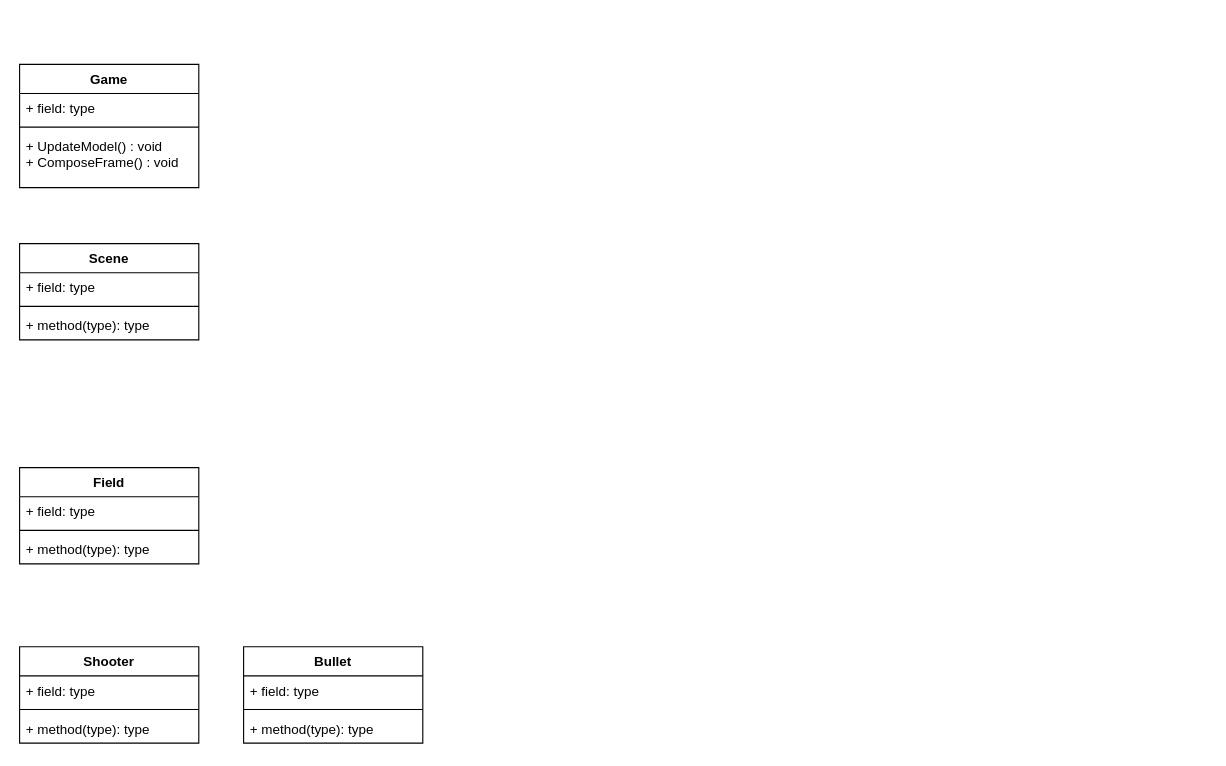
Above: DevDiagrams/ClassDiagram/ClassDiagram.drawio in ArshesSH/PathFinder (draw.io), before the change. Source tidied: cells renumbered, new cells numbered last; positions are measured from the earlier drawing's top-left corner, leaving out a move shared by most shapes. Both pictures are drawn from the tidied source at 112%, with x=0, y=0 at pixel (19, 64).
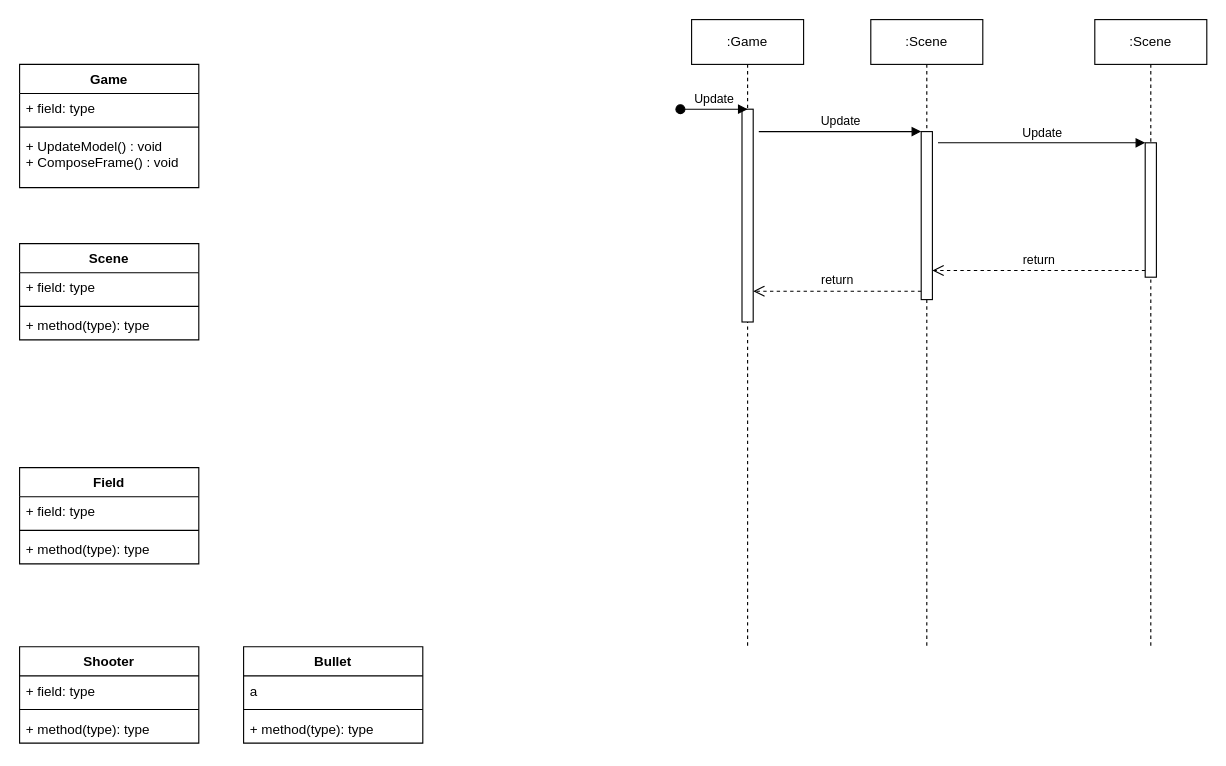
The same page after the edit.

Unchanged cells that the change refers to:
```xml
<mxCell id="14" value="Bullet" style="swimlane;fontStyle=1;align=center;verticalAlign=top;horizontal=1;startSize=26;" parent="1" vertex="1">
  <mxGeometry x="200" y="520" width="160" height="86" as="geometry" />
</mxCell>
```

Change to the diagram source:
```diff
@@
-    <mxCell id="15" value="+ field: type" style="text;strokeColor=none;fillColor=none;align=left;verticalAlign=top;spacingLeft=4;spacingRight=4;overflow=hidden;" parent="14" vertex="1">
+    <mxCell id="15" value="a" style="text;strokeColor=none;fillColor=none;align=left;verticalAlign=top;spacingLeft=4;spacingRight=4;overflow=hidden;" parent="14" vertex="1">
       <mxGeometry y="26" width="160" height="26" as="geometry" />
     </mxCell>
@@
+    <mxCell id="22" value=":Game" style="shape=umlLifeline;perimeter=lifelinePerimeter;whiteSpace=wrap;html=1;" parent="1" vertex="1">
+      <mxGeometry x="600" y="-40" width="100" height="560" as="geometry" />
+    </mxCell>
+    <mxCell id="23" style="html=1;points=[];perimeter=orthogonalPerimeter;" parent="22" vertex="1">
+      <mxGeometry x="45" y="80" width="10" height="190" as="geometry" />
+    </mxCell>
+    <mxCell id="24" value="Update" style="html=1;verticalAlign=bottom;startArrow=oval;startFill=1;endArrow=block;startSize=8;rounded=0;" parent="1" edge="1">
+      <mxGeometry relative="1" as="geometry">
+        <mxPoint x="590" y="40" as="sourcePoint" />
+        <mxPoint x="650" y="40" as="targetPoint" />
+      </mxGeometry>
+    </mxCell>
+    <mxCell id="25" value=":Scene" style="shape=umlLifeline;perimeter=lifelinePerimeter;whiteSpace=wrap;html=1;" parent="1" vertex="1">
+      <mxGeometry x="760" y="-40" width="100" height="560" as="geometry" />
+    </mxCell>
+    <mxCell id="26" style="html=1;points=[];perimeter=orthogonalPerimeter;" parent="25" vertex="1">
+      <mxGeometry x="45" y="100" width="10" height="150" as="geometry" />
+    </mxCell>
+    <mxCell id="27" value="Update" style="html=1;verticalAlign=bottom;endArrow=block;entryX=0;entryY=0;rounded=0;" parent="1" edge="1" target="26">
+      <mxGeometry relative="1" as="geometry">
+        <mxPoint x="660" y="60" as="sourcePoint" />
+      </mxGeometry>
+    </mxCell>
+    <mxCell id="28" value="return" style="html=1;verticalAlign=bottom;endArrow=open;dashed=1;endSize=8;exitX=0;exitY=0.95;rounded=0;" parent="1" edge="1" source="26" target="23">
+      <mxGeometry relative="1" as="geometry" />
+    </mxCell>
+    <mxCell id="29" value=":Scene" style="shape=umlLifeline;perimeter=lifelinePerimeter;whiteSpace=wrap;html=1;" parent="1" vertex="1">
+      <mxGeometry x="960" y="-40" width="100" height="560" as="geometry" />
+    </mxCell>
+    <mxCell id="30" style="html=1;points=[];perimeter=orthogonalPerimeter;" parent="29" vertex="1">
+      <mxGeometry x="45" y="110" width="10" height="120" as="geometry" />
+    </mxCell>
+    <mxCell id="31" value="Update" style="html=1;verticalAlign=bottom;endArrow=block;entryX=0;entryY=0;rounded=0;" parent="1" edge="1" target="30">
+      <mxGeometry relative="1" as="geometry">
+        <mxPoint x="820" y="70" as="sourcePoint" />
+      </mxGeometry>
+    </mxCell>
+    <mxCell id="32" value="return" style="html=1;verticalAlign=bottom;endArrow=open;dashed=1;endSize=8;exitX=0;exitY=0.95;rounded=0;" parent="1" edge="1" source="30" target="26">
+      <mxGeometry relative="1" as="geometry" />
+    </mxCell>
```
